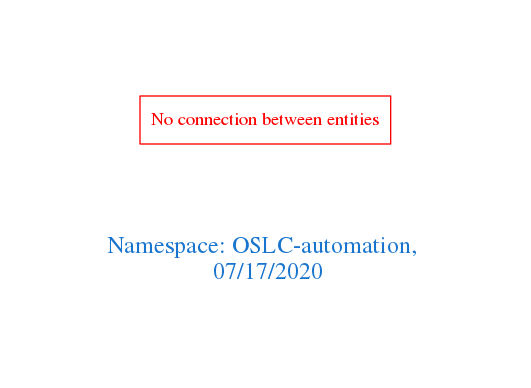
arago/OGIT keeps this Graphviz diagram as downloads/OSLC-automation.png. Above is the earlier version. Its source is kept beside it as downloads/OSLC-automation.dot.
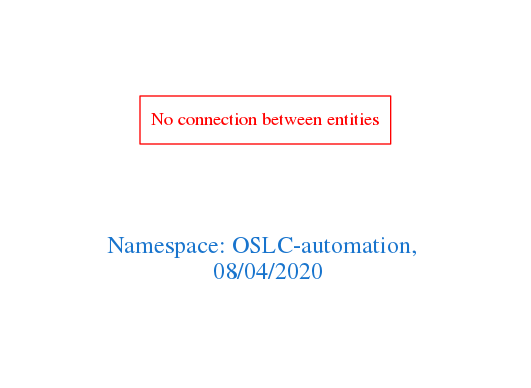
Above is the later version.

Diff of the diagram source:
```diff
@@ -1,7 +1,7 @@
 digraph OGIT_ontology {
  graph [ rankdir= LR,pad=1
 fontsize = 18,
-fontcolor= dodgerblue3,label = "\n\n\nNamespace: OSLC-automation, \n 07/17/2020"];
+fontcolor= dodgerblue3,label = "\n\n\nNamespace: OSLC-automation, \n 08/04/2020"];
 node[shape=polygon];
 edge [  color="gray81"];
 
```
